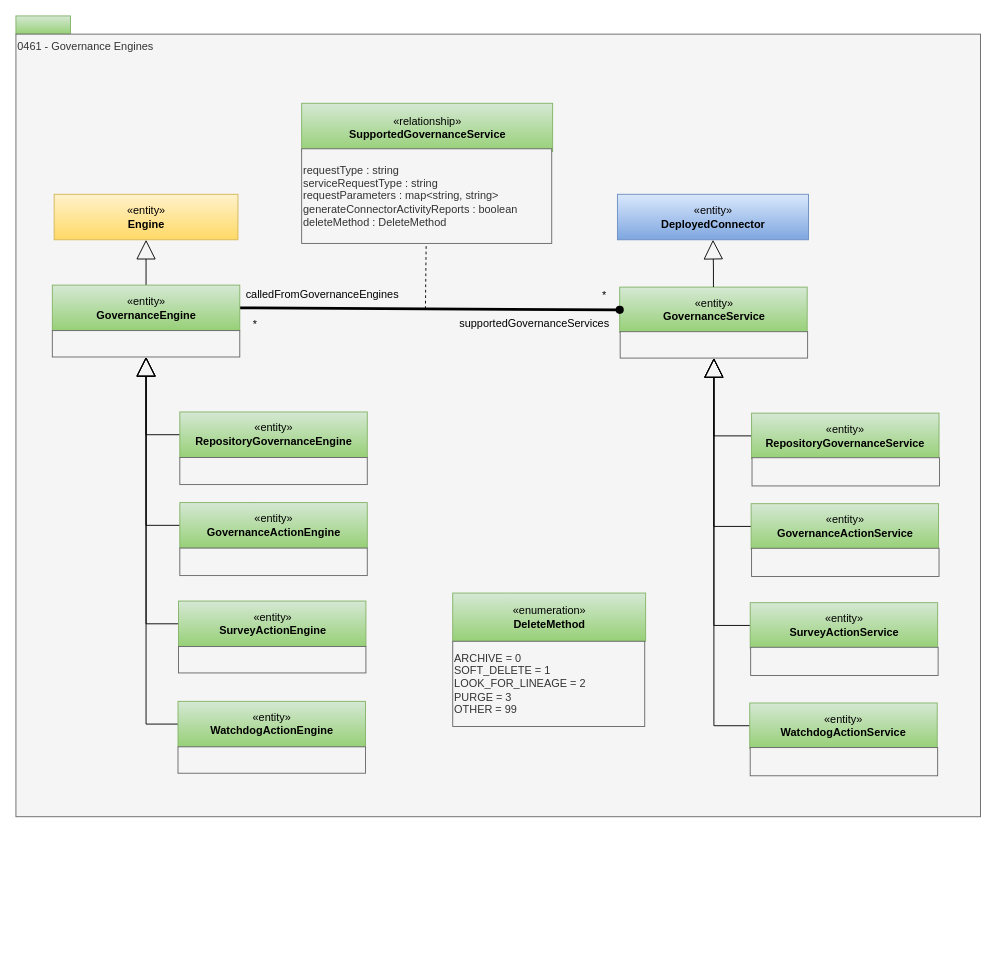
Above: page "0461-Governance-Engines" (21 of 30) of site/docs/types/4/area-4-governance.drawio in odpi/egeria-docs (draw.io), before the change. Source tidied: cells renumbered, new cells numbered last; positions are measured from the earlier drawing's top-left corner, leaving out a move shared by most shapes. Both pictures are drawn from the tidied source at 91%, with x=0, y=0 at pixel (15, 15).
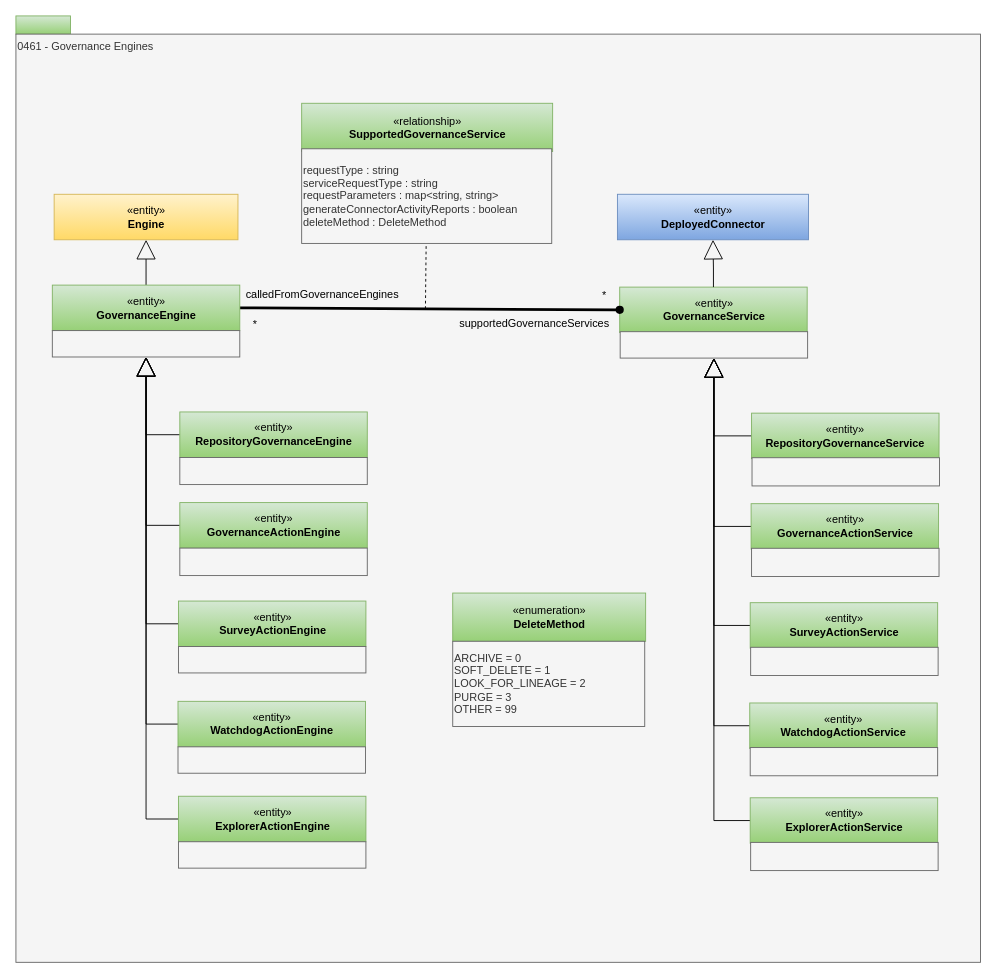
The same diagram, later.

The change refers to these unchanged cells:
```xml
<mxCell id="9" style="rounded=0;whiteSpace=wrap;html=1;strokeColor=#666666;align=left;fillColor=#f5f5f5;fontColor=#333333;" parent="1" vertex="1">
  <mxGeometry x="664" y="347" width="206" height="29" as="geometry" />
</mxCell>
<mxCell id="24" style="rounded=0;whiteSpace=wrap;html=1;strokeColor=#666666;align=center;fillColor=#f5f5f5;fontColor=#333333;" parent="1" vertex="1">
  <mxGeometry x="40" y="345.8" width="206" height="29" as="geometry" />
</mxCell>
```

What changed in the source:
```diff
@@
     <mxCell id="3" value="0461 - Governance Engines" style="rounded=0;whiteSpace=wrap;html=1;align=left;verticalAlign=top;fillColor=#f5f5f5;fontColor=#333333;strokeColor=#666666;" parent="1" vertex="1">
-      <mxGeometry y="20" width="1060" height="860" as="geometry" />
+      <mxGeometry y="20" width="1060" height="1020" as="geometry" />
     </mxCell>
@@
+    <mxCell id="46" style="edgeStyle=orthogonalEdgeStyle;rounded=0;jettySize=auto;html=1;exitX=0;exitY=0.5;exitDx=0;exitDy=0;endArrow=block;endFill=0;endSize=19;strokeWidth=1;entryX=0.5;entryY=1;entryDx=0;entryDy=0;" parent="1" edge="1" source="47" target="24">
+      <mxGeometry relative="1" as="geometry" />
+    </mxCell>
+    <mxCell id="47" value="«entity»&lt;br&gt;&lt;b&gt;ExplorerActionEngine&lt;/b&gt;" style="html=1;strokeColor=#82b366;align=center;fillColor=#d5e8d4;gradientColor=#97d077;" parent="1" vertex="1">
+      <mxGeometry x="178.6" y="857.5" width="206" height="50" as="geometry" />
+    </mxCell>
+    <mxCell id="48" style="rounded=0;whiteSpace=wrap;html=1;strokeColor=#666666;align=center;fillColor=#f5f5f5;fontColor=#333333;" parent="1" vertex="1">
+      <mxGeometry x="178.6" y="907.5" width="206" height="29" as="geometry" />
+    </mxCell>
+    <mxCell id="49" style="edgeStyle=orthogonalEdgeStyle;rounded=0;jettySize=auto;html=1;endArrow=block;endFill=0;endSize=19;strokeWidth=1;exitX=0;exitY=0.5;exitDx=0;exitDy=0;entryX=0.5;entryY=1;entryDx=0;entryDy=0;" parent="1" edge="1" source="50" target="9">
+      <mxGeometry relative="1" as="geometry" />
+    </mxCell>
+    <mxCell id="50" value="«entity»&lt;br&gt;&lt;b&gt;ExplorerActionService&lt;/b&gt;" style="html=1;strokeColor=#82b366;align=center;fillColor=#d5e8d4;gradientColor=#97d077;" parent="1" vertex="1">
+      <mxGeometry x="806.9" y="859.2" width="206" height="50" as="geometry" />
+    </mxCell>
+    <mxCell id="51" style="rounded=0;whiteSpace=wrap;html=1;strokeColor=#666666;align=left;fillColor=#f5f5f5;fontColor=#333333;" parent="1" vertex="1">
+      <mxGeometry x="807.4" y="908.2" width="206" height="31" as="geometry" />
+    </mxCell>
```
